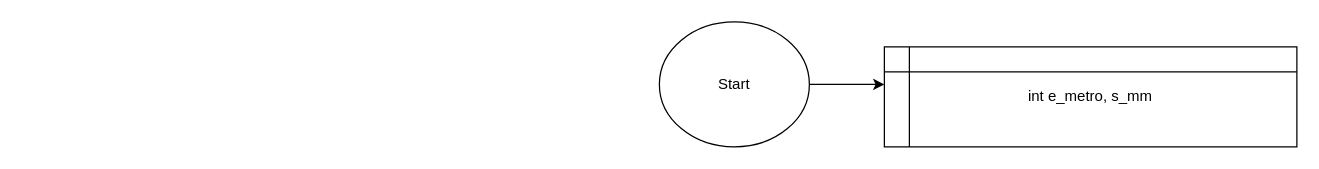
Earlier version of the draw.io diagram Exercicios/15-02.drawio (glmbit/fatecsa-eletr.auto-ltp-jooj). Source tidied: cells renumbered, new cells numbered last; positions are measured from the earlier drawing's top-left corner, leaving out a move shared by most shapes. Both pictures are drawn from the tidied source at 125%, with x=0, y=0 at pixel (659, 21).
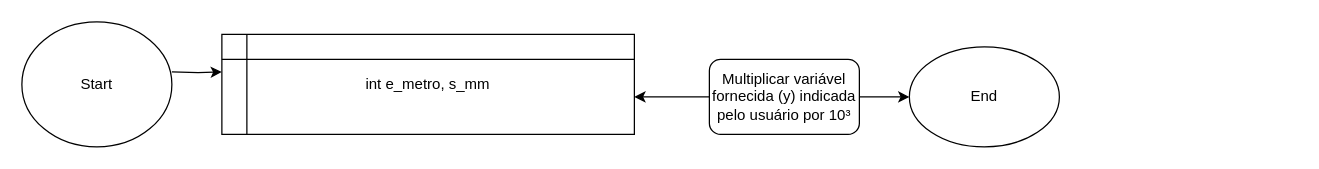
Above is the later version.

Change to the diagram source:
```diff
@@
 <mxGraphModel>
   <root>
     <mxCell id="0" />
     <mxCell id="1" parent="0" />
-    <mxCell id="2" style="edgeStyle=orthogonalEdgeStyle;rounded=0;jettySize=auto;html=1;entryX=0;entryY=0.375;entryDx=0;entryDy=0;entryPerimeter=0;" parent="1" edge="1" source="3" target="4">
-      <mxGeometry relative="1" as="geometry" />
+    <mxCell id="2" style="edgeStyle=orthogonalEdgeStyle;rounded=0;jettySize=auto;html=1;entryX=0;entryY=0.375;entryDx=0;entryDy=0;entryPerimeter=0;" parent="1" edge="1" target="4">
+      <mxGeometry relative="1" as="geometry">
+        <mxPoint x="-390" y="40" as="sourcePoint" />
+      </mxGeometry>
     </mxCell>
     <mxCell id="3" value="Start&lt;br&gt;" style="ellipse;whiteSpace=wrap;html=1;" parent="1" vertex="1">
-      <mxGeometry width="120" height="100" as="geometry" />
+      <mxGeometry x="-510" width="120" height="100" as="geometry" />
     </mxCell>
     <mxCell id="4" value="int e_metro, s_mm&lt;br&gt;" style="shape=internalStorage;whiteSpace=wrap;html=1;backgroundOutline=1;" parent="1" vertex="1">
-      <mxGeometry x="180" y="20" width="330" height="80" as="geometry" />
+      <mxGeometry x="-350" y="10" width="330" height="80" as="geometry" />
     </mxCell>
+    <mxCell id="5" style="edgeStyle=orthogonalEdgeStyle;rounded=0;jettySize=auto;html=1;" parent="1" edge="1" source="7" target="4">
+      <mxGeometry relative="1" as="geometry">
+        <Array as="points">
+          <mxPoint x="-20" y="50" />
+          <mxPoint x="-20" y="50" />
+        </Array>
+      </mxGeometry>
+    </mxCell>
+    <mxCell id="6" style="edgeStyle=orthogonalEdgeStyle;rounded=0;jettySize=auto;html=1;" parent="1" edge="1" source="7">
+      <mxGeometry relative="1" as="geometry">
+        <mxPoint x="200" y="60" as="targetPoint" />
+      </mxGeometry>
+    </mxCell>
+    <mxCell id="7" value="Multiplicar variável fornecida (y) indicada pelo usuário por 10³" style="rounded=1;whiteSpace=wrap;html=1;" parent="1" vertex="1">
+      <mxGeometry x="40" y="30" width="120" height="60" as="geometry" />
+    </mxCell>
+    <mxCell id="8" value="End&lt;br&gt;" style="ellipse;whiteSpace=wrap;html=1;" parent="1" vertex="1">
+      <mxGeometry x="200" y="20" width="120" height="80" as="geometry" />
+    </mxCell>
   </root>
 </mxGraphModel>
```
